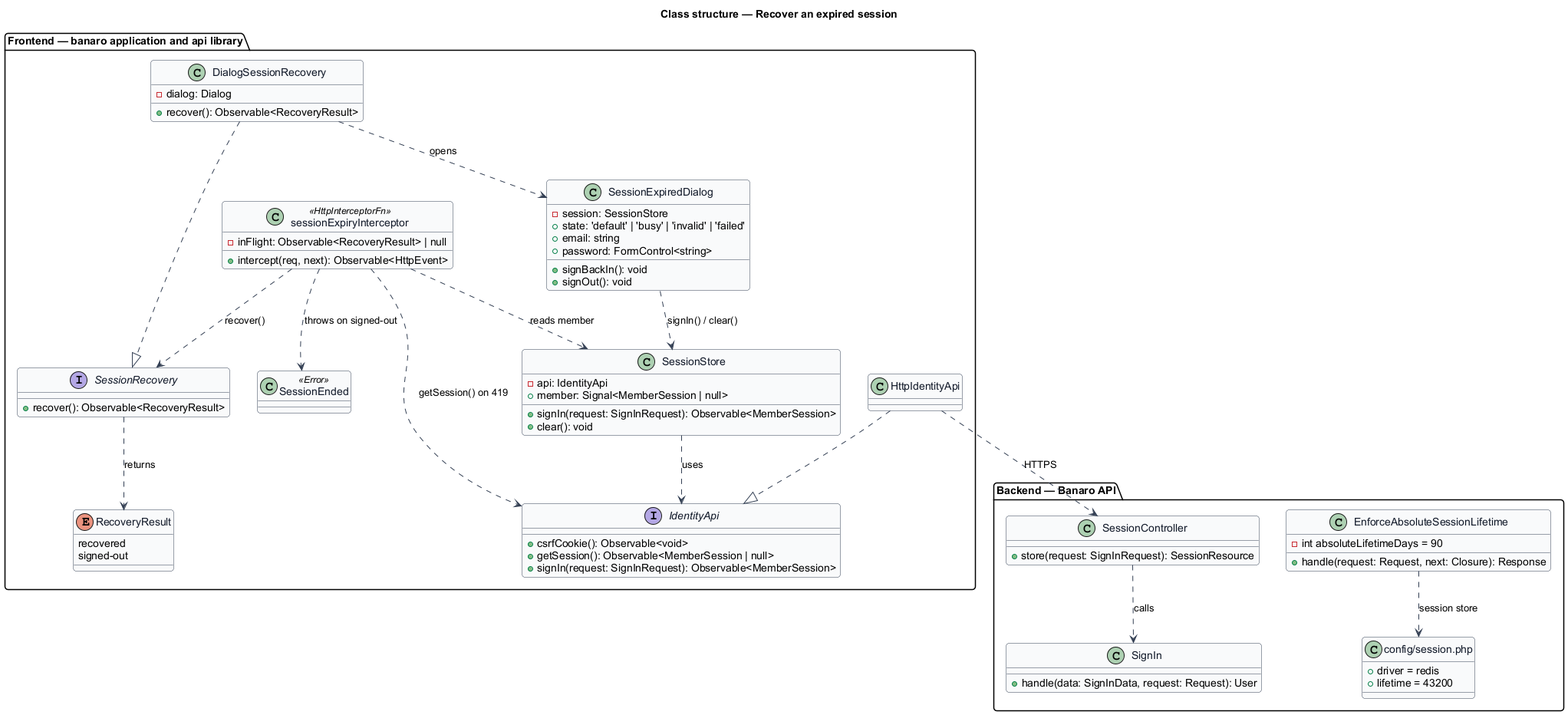
Above: docs/detailed-designs/identity/recover-expired-session/diagrams/class-structure.png in QuinntyneBrown/banaro (PlantUML), before the change.
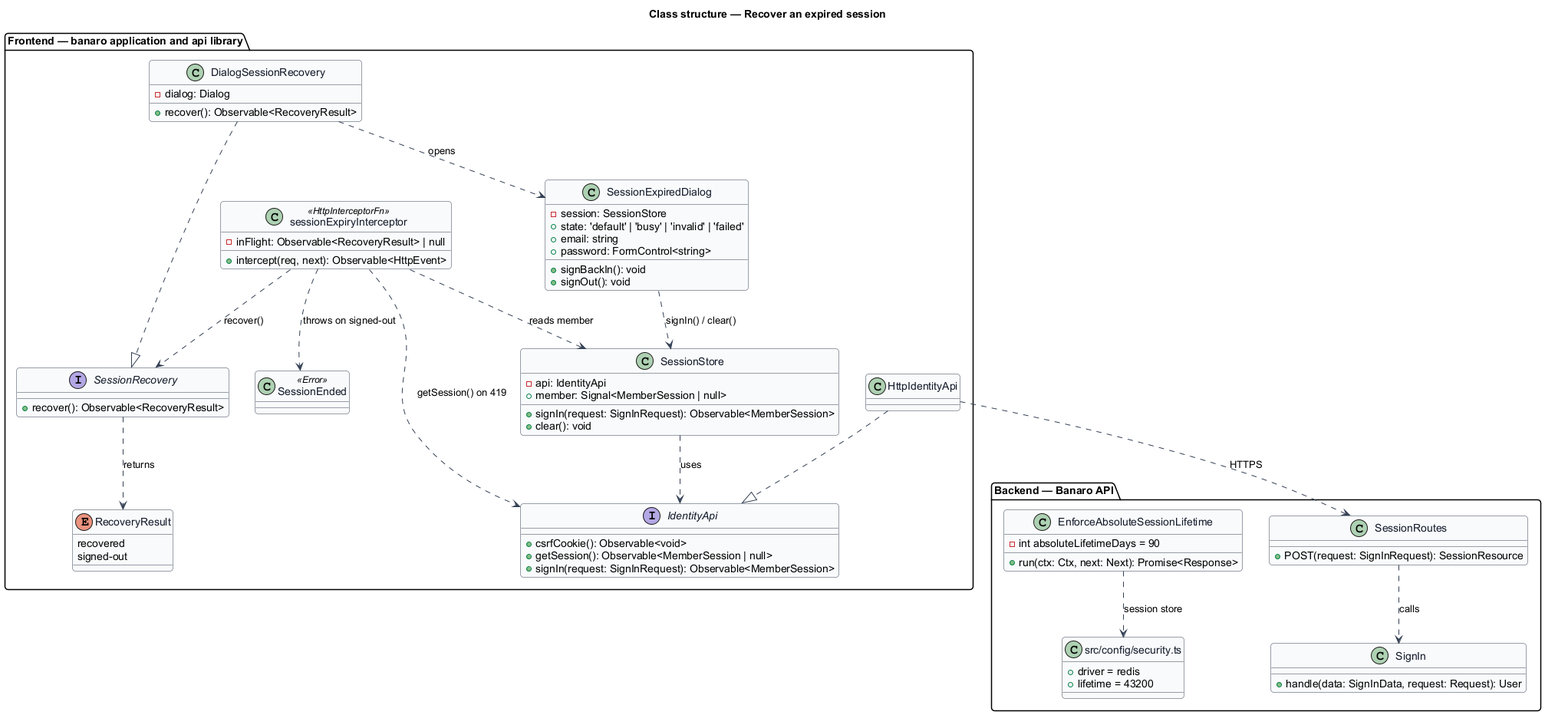
Later version of the same file.

What changed in the source:
```diff
@@ -53,15 +53,15 @@
 package "Backend — Banaro API" {
   class EnforceAbsoluteSessionLifetime {
     -int absoluteLifetimeDays = 90
-    +handle(request: Request, next: Closure): Response
+    +run(ctx: Ctx, next: Next): Promise<Response>
   }
-  class SessionController {
-    +store(request: SignInRequest): SessionResource
+  class SessionRoutes {
+    +POST(request: SignInRequest): SessionResource
   }
   class SignIn {
     +handle(data: SignInData, request: Request): User
   }
-  class "config/session.php" as SessionConfig {
+  class "src/config/security.ts" as SessionConfig {
     +driver = redis
     +lifetime = 43200
   }
@@ -77,7 +77,7 @@
 SessionExpiredDialog ..> SessionStore : signIn() / clear()
 SessionStore ..> IdentityApi : uses
 HttpIdentityApi ..|> IdentityApi
-HttpIdentityApi ..> SessionController : HTTPS
-SessionController ..> SignIn : calls
+HttpIdentityApi ..> SessionRoutes : HTTPS
+SessionRoutes ..> SignIn : calls
 EnforceAbsoluteSessionLifetime ..> SessionConfig : session store
 @enduml
```
